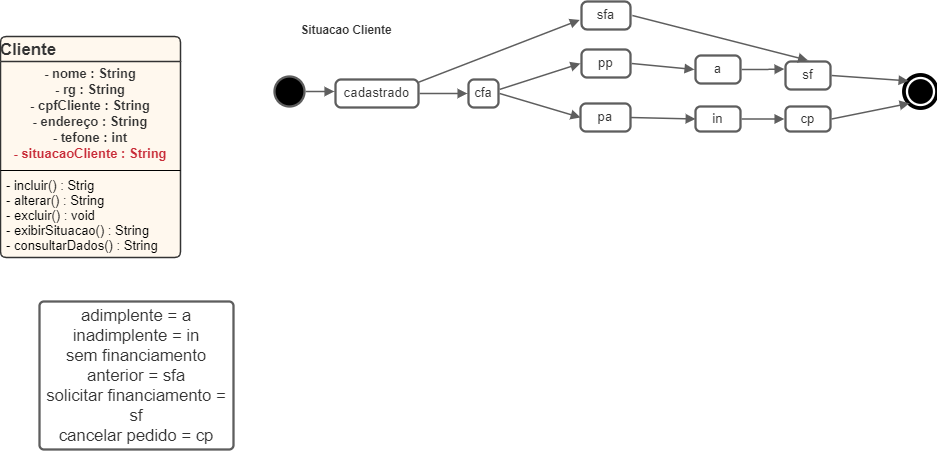
Earlier version of the draw.io export diagrama de estados fastcar.png (leitoraincomum/engsofII). Source tidied: cells renumbered, new cells last; positions are measured from the earlier drawing's top-left corner, leaving out a move shared by most shapes.
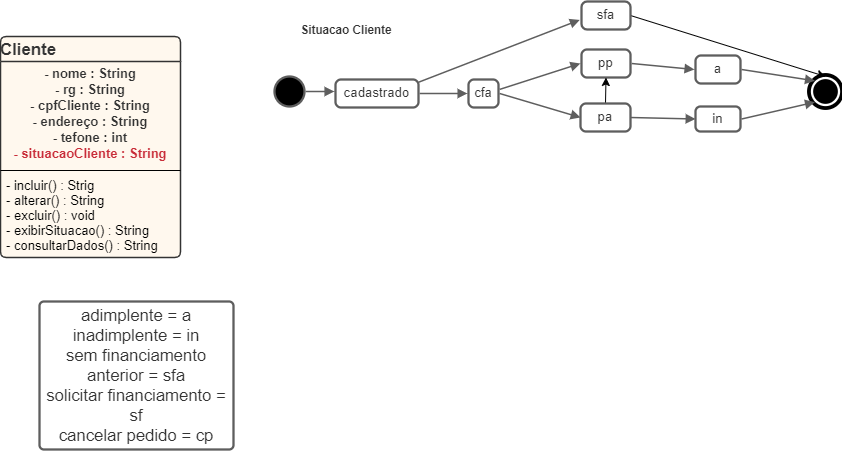
The same file after the commit.

Diff of the diagram source:
```diff
@@ -23,34 +23,25 @@
     <mxCell id="8" style="html=1;overflow=block;blockSpacing=1;whiteSpace=wrap;ellipse;fillColor=#000000;whiteSpace=wrap;fontSize=13;spacing=0;strokeColor=#5e5e5e;strokeOpacity=100;rounded=1;absoluteArcSize=1;arcSize=9;strokeWidth=2.3;" parent="1" vertex="1">
       <mxGeometry x="274" y="75" width="30" height="30" as="geometry" />
     </mxCell>
-    <mxCell id="9" value="&lt;div style=&quot;display: flex; justify-content: center; text-align: center; align-items: baseline; font-size: 0; line-height: 1.25;margin-top: -2px;&quot;&gt;&lt;span&gt;&lt;span style=&quot;font-size:13.3px;color:#333333;&quot;&gt;sf&lt;/span&gt;&lt;/span&gt;&lt;/div&gt;" style="rounded=1;arcSize=20;whiteSpace=wrap;overflow=block;blockSpacing=1;html=1;fontSize=13;spacing=0;strokeColor=#5e5e5e;strokeOpacity=100;strokeWidth=2.3;" parent="1" vertex="1">
-      <mxGeometry x="785" y="60" width="45" height="28" as="geometry" />
-    </mxCell>
-    <mxCell id="10" value="&lt;div style=&quot;display: flex; justify-content: center; text-align: center; align-items: baseline; font-size: 0; line-height: 1.25;margin-top: -2px;&quot;&gt;&lt;span&gt;&lt;span style=&quot;font-size:13.3px;color:#333333;&quot;&gt;cp&lt;/span&gt;&lt;/span&gt;&lt;/div&gt;" style="rounded=1;arcSize=20;whiteSpace=wrap;overflow=block;blockSpacing=1;html=1;fontSize=13;spacing=0;strokeColor=#5e5e5e;strokeOpacity=100;strokeWidth=2.3;" parent="1" vertex="1">
-      <mxGeometry x="785" y="105" width="45" height="25" as="geometry" />
-    </mxCell>
     <mxCell id="11" style="html=1;overflow=block;blockSpacing=1;whiteSpace=wrap;shape=mxgraph.bpmn.shape;outline=end;symbol=terminate;strokeColor=#000000;fillColor=#ffffff;whiteSpace=wrap;fontSize=13;spacing=0;strokeOpacity=100;rounded=1;absoluteArcSize=1;arcSize=9;strokeWidth=2.3;" parent="1" vertex="1">
-      <mxGeometry x="905" y="75" width="30" height="30" as="geometry" />
+      <mxGeometry x="810" y="75" width="30" height="30" as="geometry" />
     </mxCell>
-    <mxCell id="12" style="html=1;jettySize=18;whiteSpace=wrap;overflow=block;blockSpacing=1;fontSize=13;strokeColor=#5E5E5E;strokeWidth=1.5;rounded=0;startArrow=none;endArrow=block;endFill=1;exitX=1.025;exitY=0.5;exitPerimeter=0;entryX=0.098;entryY=0.146;entryPerimeter=0;" parent="1" edge="1" source="9" target="11">
-      <mxGeometry relative="1" as="geometry" />
-    </mxCell>
-    <mxCell id="13" style="html=1;jettySize=18;whiteSpace=wrap;overflow=block;blockSpacing=1;fontSize=13;strokeColor=#5E5E5E;strokeWidth=1.5;rounded=0;startArrow=none;endArrow=block;endFill=1;exitX=1.025;exitY=0.5;exitPerimeter=0;entryX=0.133;entryY=0.894;entryPerimeter=0;" parent="1" edge="1" source="10" target="11">
-      <mxGeometry relative="1" as="geometry" />
-    </mxCell>
     <mxCell id="14" value="&lt;div style=&quot;display: flex; justify-content: center; text-align: center; align-items: baseline; font-size: 0; line-height: 1.25;margin-top: -2px;&quot;&gt;&lt;span&gt;&lt;span style=&quot;font-size:13.3px;color:#333333;&quot;&gt;a&lt;/span&gt;&lt;/span&gt;&lt;/div&gt;" style="rounded=1;arcSize=20;whiteSpace=wrap;overflow=block;blockSpacing=1;html=1;fontSize=13;spacing=0;strokeColor=#5e5e5e;strokeOpacity=100;strokeWidth=2.3;" parent="1" vertex="1">
       <mxGeometry x="695" y="54" width="45" height="28" as="geometry" />
     </mxCell>
     <mxCell id="15" value="&lt;div style=&quot;display: flex; justify-content: center; text-align: center; align-items: baseline; font-size: 0; line-height: 1.25;margin-top: -2px;&quot;&gt;&lt;span&gt;&lt;span style=&quot;font-size:13.3px;color:#333333;&quot;&gt;in&lt;/span&gt;&lt;/span&gt;&lt;/div&gt;" style="rounded=1;arcSize=20;whiteSpace=wrap;overflow=block;blockSpacing=1;html=1;fontSize=13;spacing=0;strokeColor=#5e5e5e;strokeOpacity=100;strokeWidth=2.3;" parent="1" vertex="1">
       <mxGeometry x="695" y="105" width="45" height="25" as="geometry" />
     </mxCell>
+    <mxCell id="31" style="edgeStyle=none;rounded=0;jettySize=auto;html=1;exitX=1;exitY=0.5;exitDx=0;exitDy=0;entryX=0.5;entryY=0;entryDx=0;entryDy=0;" parent="1" edge="1" source="16" target="11">
+      <mxGeometry relative="1" as="geometry" />
+    </mxCell>
     <mxCell id="16" value="&lt;div style=&quot;display: flex; justify-content: center; text-align: center; align-items: baseline; font-size: 0; line-height: 1.25;margin-top: -2px;&quot;&gt;&lt;span&gt;&lt;span style=&quot;font-size:13.3px;color:#333333;&quot;&gt;sfa&lt;/span&gt;&lt;/span&gt;&lt;/div&gt;" style="rounded=1;arcSize=20;whiteSpace=wrap;overflow=block;blockSpacing=1;html=1;fontSize=13;spacing=0;strokeColor=#5e5e5e;strokeOpacity=100;strokeWidth=2.3;" parent="1" vertex="1">
       <mxGeometry x="581" width="49" height="28" as="geometry" />
     </mxCell>
-    <mxCell id="17" style="html=1;jettySize=18;whiteSpace=wrap;overflow=block;blockSpacing=1;fontSize=13;strokeColor=#5E5E5E;strokeWidth=1.5;rounded=1;arcSize=12;edgeStyle=orthogonalEdgeStyle;startArrow=none;endArrow=block;endFill=1;exitX=1.025;exitY=0.5;exitPerimeter=0;entryX=-0.025;entryY=0.5;entryPerimeter=0;" parent="1" edge="1" source="15" target="10">
+    <mxCell id="17" style="html=1;jettySize=18;whiteSpace=wrap;overflow=block;blockSpacing=1;fontSize=13;strokeColor=#5E5E5E;strokeWidth=1.5;rounded=1;arcSize=12;startArrow=none;endArrow=block;endFill=1;exitX=1.025;exitY=0.5;exitPerimeter=0;entryX=0.145;entryY=0.855;entryPerimeter=0;entryDx=0;entryDy=0;" parent="1" edge="1" source="15" target="11">
       <mxGeometry relative="1" as="geometry" />
     </mxCell>
-    <mxCell id="18" style="html=1;jettySize=18;whiteSpace=wrap;overflow=block;blockSpacing=1;fontSize=13;strokeColor=#5E5E5E;strokeWidth=1.5;rounded=1;arcSize=12;edgeStyle=orthogonalEdgeStyle;startArrow=none;endArrow=block;endFill=1;exitX=1.025;exitY=0.5;exitPerimeter=0;entryX=-0.025;entryY=0.269;entryPerimeter=0;" parent="1" edge="1" source="14" target="9">
+    <mxCell id="18" style="html=1;jettySize=18;whiteSpace=wrap;overflow=block;blockSpacing=1;fontSize=13;strokeColor=#5E5E5E;strokeWidth=1.5;rounded=1;arcSize=12;startArrow=none;endArrow=block;endFill=1;exitX=1.025;exitY=0.5;exitPerimeter=0;entryX=0.145;entryY=0.145;entryPerimeter=0;entryDx=0;entryDy=0;" parent="1" edge="1" source="14" target="11">
       <mxGeometry relative="1" as="geometry" />
     </mxCell>
     <mxCell id="19" value="&lt;div style=&quot;display: flex; justify-content: center; text-align: center; align-items: baseline; font-size: 0; line-height: 1.25;margin-top: -2px;&quot;&gt;&lt;span&gt;&lt;span style=&quot;font-size:13.3px;color:#333333;&quot;&gt;cadastrado&lt;/span&gt;&lt;/span&gt;&lt;/div&gt;" style="rounded=1;arcSize=20;whiteSpace=wrap;overflow=block;blockSpacing=1;html=1;fontSize=13;spacing=0;strokeColor=#5e5e5e;strokeOpacity=100;strokeWidth=2.3;" parent="1" vertex="1">
@@ -59,9 +50,6 @@
     <mxCell id="20" style="html=1;jettySize=18;whiteSpace=wrap;overflow=block;blockSpacing=1;fontSize=13;strokeColor=#5E5E5E;strokeWidth=1.5;rounded=1;arcSize=12;edgeStyle=orthogonalEdgeStyle;startArrow=none;endArrow=block;endFill=1;exitX=1.038;exitY=0.5;exitPerimeter=0;entryX=-0.014;entryY=0.459;entryPerimeter=0;" parent="1" edge="1" source="8" target="19">
       <mxGeometry relative="1" as="geometry" />
     </mxCell>
-    <mxCell id="21" style="html=1;jettySize=18;whiteSpace=wrap;overflow=block;blockSpacing=1;fontSize=13;strokeColor=#5E5E5E;strokeWidth=1.5;rounded=0;startArrow=none;endArrow=block;endFill=1;exitX=1.038;exitY=0.5;exitPerimeter=0;entryX=0.5;entryY=-0.041;entryPerimeter=0;" parent="1" edge="1" source="16" target="9">
-      <mxGeometry relative="1" as="geometry" />
-    </mxCell>
     <mxCell id="22" style="html=1;jettySize=18;whiteSpace=wrap;overflow=block;blockSpacing=1;fontSize=13;strokeColor=#5E5E5E;strokeWidth=1.5;rounded=0;startArrow=none;endArrow=block;endFill=1;exitX=1.005;exitY=0.093;exitPerimeter=0;entryX=-0.037;entryY=0.658;entryPerimeter=0;" parent="1" edge="1" source="19" target="16">
       <mxGeometry relative="1" as="geometry" />
     </mxCell>
@@ -83,6 +71,9 @@
     <mxCell id="28" style="html=1;jettySize=18;whiteSpace=wrap;overflow=block;blockSpacing=1;fontSize=13;strokeColor=#5E5E5E;strokeWidth=1.5;rounded=0;startArrow=none;endArrow=block;endFill=1;exitX=1.025;exitY=0.5;exitPerimeter=0;entryX=-0.025;entryY=0.5;entryPerimeter=0;" parent="1" edge="1" source="27" target="14">
       <mxGeometry relative="1" as="geometry" />
     </mxCell>
+    <mxCell id="32" style="edgeStyle=none;rounded=0;jettySize=auto;html=1;exitX=0.5;exitY=0;exitDx=0;exitDy=0;entryX=0.5;entryY=1;entryDx=0;entryDy=0;" parent="1" edge="1" source="29" target="27">
+      <mxGeometry relative="1" as="geometry" />
+    </mxCell>
     <mxCell id="29" value="&lt;div style=&quot;display: flex ; justify-content: center ; text-align: center ; align-items: baseline ; font-size: 0 ; line-height: 1.25 ; margin-top: -2px&quot;&gt;&lt;span&gt;&lt;span style=&quot;font-size: 13.3px ; color: #333333&quot;&gt;pa&lt;/span&gt;&lt;/span&gt;&lt;/div&gt;" style="rounded=1;arcSize=20;whiteSpace=wrap;overflow=block;blockSpacing=1;html=1;fontSize=13;spacing=0;strokeColor=#5e5e5e;strokeOpacity=100;strokeWidth=2.3;" parent="1" vertex="1">
       <mxGeometry x="580" y="102" width="50" height="28" as="geometry" />
     </mxCell>
```
